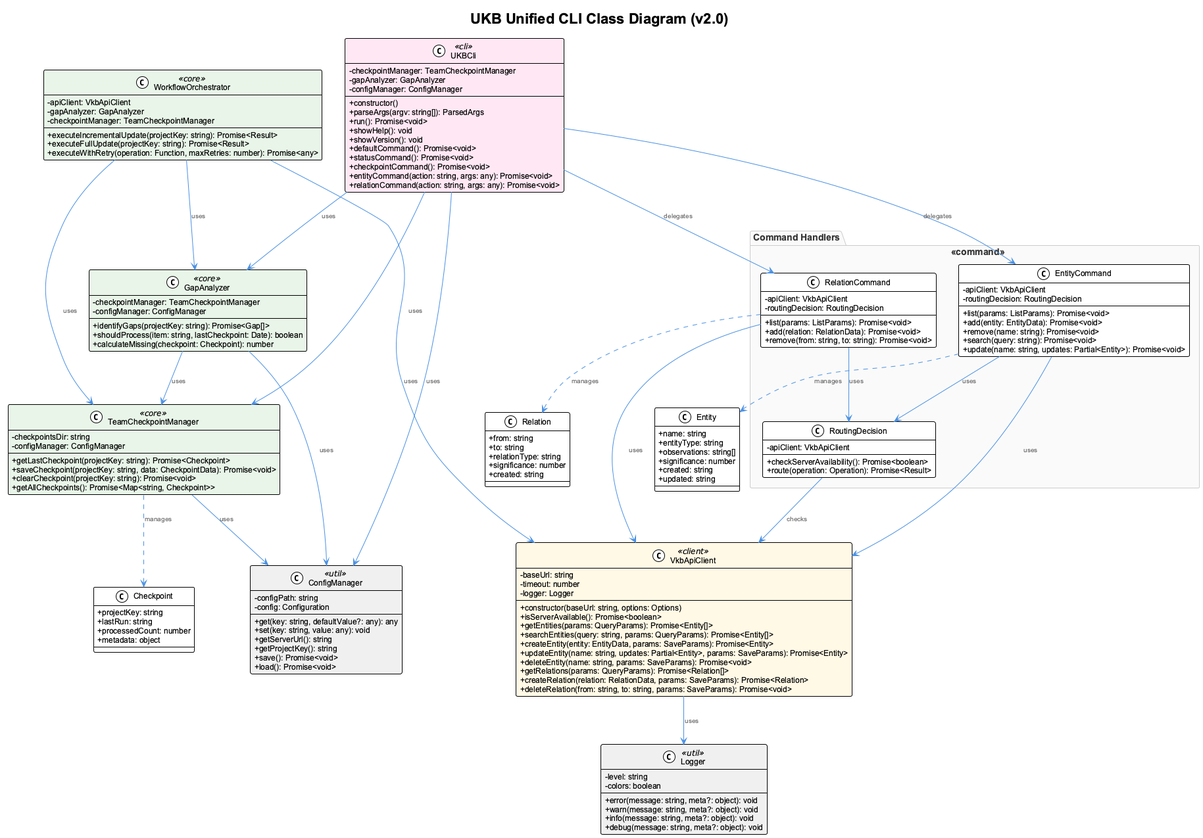
This is docs/images/ukb-cli-class-diagram.png from fwornle/coding, a PlantUML export, as it was before one commit. The source it was exported from:
```plantuml
@startuml ukb-cli-class-diagram
!include _standard-style.puml

title UKB Unified CLI Class Diagram (v2.0)

skinparam classAttributeIconSize 0
skinparam class {
  BackgroundColor<<cli>> #FFE8F4
  BackgroundColor<<command>> #E8F4FD
  BackgroundColor<<core>> #E8F5E8
  BackgroundColor<<client>> #FFF9E6
  BackgroundColor<<util>> #F0F0F0
}

class UKBCli <<cli>> {
  - checkpointManager: TeamCheckpointManager
  - gapAnalyzer: GapAnalyzer
  - configManager: ConfigManager
  --
  + constructor()
  + parseArgs(argv: string[]): ParsedArgs
  + run(): Promise<void>
  + showHelp(): void
  + showVersion(): void
  + defaultCommand(): Promise<void>
  + statusCommand(): Promise<void>
  + checkpointCommand(): Promise<void>
  + entityCommand(action: string, args: any): Promise<void>
  + relationCommand(action: string, args: any): Promise<void>
}

class VkbApiClient <<client>> {
  - baseUrl: string
  - timeout: number
  - logger: Logger
  --
  + constructor(baseUrl: string, options: Options)
  + isServerAvailable(): Promise<boolean>
  + getEntities(params: QueryParams): Promise<Entity[]>
  + searchEntities(query: string, params: QueryParams): Promise<Entity[]>
  + createEntity(entity: EntityData, params: SaveParams): Promise<Entity>
  + updateEntity(name: string, updates: Partial<Entity>, params: SaveParams): Promise<Entity>
  + deleteEntity(name: string, params: SaveParams): Promise<void>
  + getRelations(params: QueryParams): Promise<Relation[]>
  + createRelation(relation: RelationData, params: SaveParams): Promise<Relation>
  + deleteRelation(from: string, to: string, params: SaveParams): Promise<void>
}

class TeamCheckpointManager <<core>> {
  - checkpointsDir: string
  - configManager: ConfigManager
  --
  + getLastCheckpoint(projectKey: string): Promise<Checkpoint>
  + saveCheckpoint(projectKey: string, data: CheckpointData): Promise<void>
  + clearCheckpoint(projectKey: string): Promise<void>
  + getAllCheckpoints(): Promise<Map<string, Checkpoint>>
}

class GapAnalyzer <<core>> {
  - checkpointManager: TeamCheckpointManager
  - configManager: ConfigManager
  --
  + identifyGaps(projectKey: string): Promise<Gap[]>
  + shouldProcess(item: string, lastCheckpoint: Date): boolean
  + calculateMissing(checkpoint: Checkpoint): number
}

class WorkflowOrchestrator <<core>> {
  - apiClient: VkbApiClient
  - gapAnalyzer: GapAnalyzer
  - checkpointManager: TeamCheckpointManager
  --
  + executeIncrementalUpdate(projectKey: string): Promise<Result>
  + executeFullUpdate(projectKey: string): Promise<Result>
  + executeWithRetry(operation: Function, maxRetries: number): Promise<any>
}

class ConfigManager <<util>> {
  - configPath: string
  - config: Configuration
  --
  + get(key: string, defaultValue?: any): any
  + set(key: string, value: any): void
  + getServerUrl(): string
  + getProjectKey(): string
  + save(): Promise<void>
  + load(): Promise<void>
}

class Logger <<util>> {
  - level: string
  - colors: boolean
  --
  + error(message: string, meta?: object): void
  + warn(message: string, meta?: object): void
  + info(message: string, meta?: object): void
  + debug(message: string, meta?: object): void
}

package "Command Handlers" <<command>> {
  class EntityCommand {
    - apiClient: VkbApiClient
    - routingDecision: RoutingDecision
    --
    + list(params: ListParams): Promise<void>
    + add(entity: EntityData): Promise<void>
    + remove(name: string): Promise<void>
    + search(query: string): Promise<void>
    + update(name: string, updates: Partial<Entity>): Promise<void>
  }

  class RelationCommand {
    - apiClient: VkbApiClient
    - routingDecision: RoutingDecision
    --
    + list(params: ListParams): Promise<void>
    + add(relation: RelationData): Promise<void>
    + remove(from: string, to: string): Promise<void>
  }

  class RoutingDecision {
    - apiClient: VkbApiClient
    --
    + checkServerAvailability(): Promise<boolean>
    + route(operation: Operation): Promise<Result>
  }
}

class Entity {
  + name: string
  + entityType: string
  + observations: string[]
  + significance: number
  + created: string
  + updated: string
}

class Relation {
  + from: string
  + to: string
  + relationType: string
  + significance: number
  + created: string
}

class Checkpoint {
  + projectKey: string
  + lastRun: string
  + processedCount: number
  + metadata: object
}

UKBCli --> TeamCheckpointManager : uses
UKBCli --> GapAnalyzer : uses
UKBCli --> ConfigManager : uses
UKBCli --> EntityCommand : delegates
UKBCli --> RelationCommand : delegates

EntityCommand --> VkbApiClient : uses
EntityCommand --> RoutingDecision : uses
EntityCommand ..> Entity : manages

RelationCommand --> VkbApiClient : uses
RelationCommand --> RoutingDecision : uses
RelationCommand ..> Relation : manages

RoutingDecision --> VkbApiClient : checks

WorkflowOrchestrator --> VkbApiClient : uses
WorkflowOrchestrator --> GapAnalyzer : uses
WorkflowOrchestrator --> TeamCheckpointManager : uses

TeamCheckpointManager --> ConfigManager : uses
TeamCheckpointManager ..> Checkpoint : manages

GapAnalyzer --> TeamCheckpointManager : uses
GapAnalyzer --> ConfigManager : uses

VkbApiClient --> Logger : uses

@enduml
```
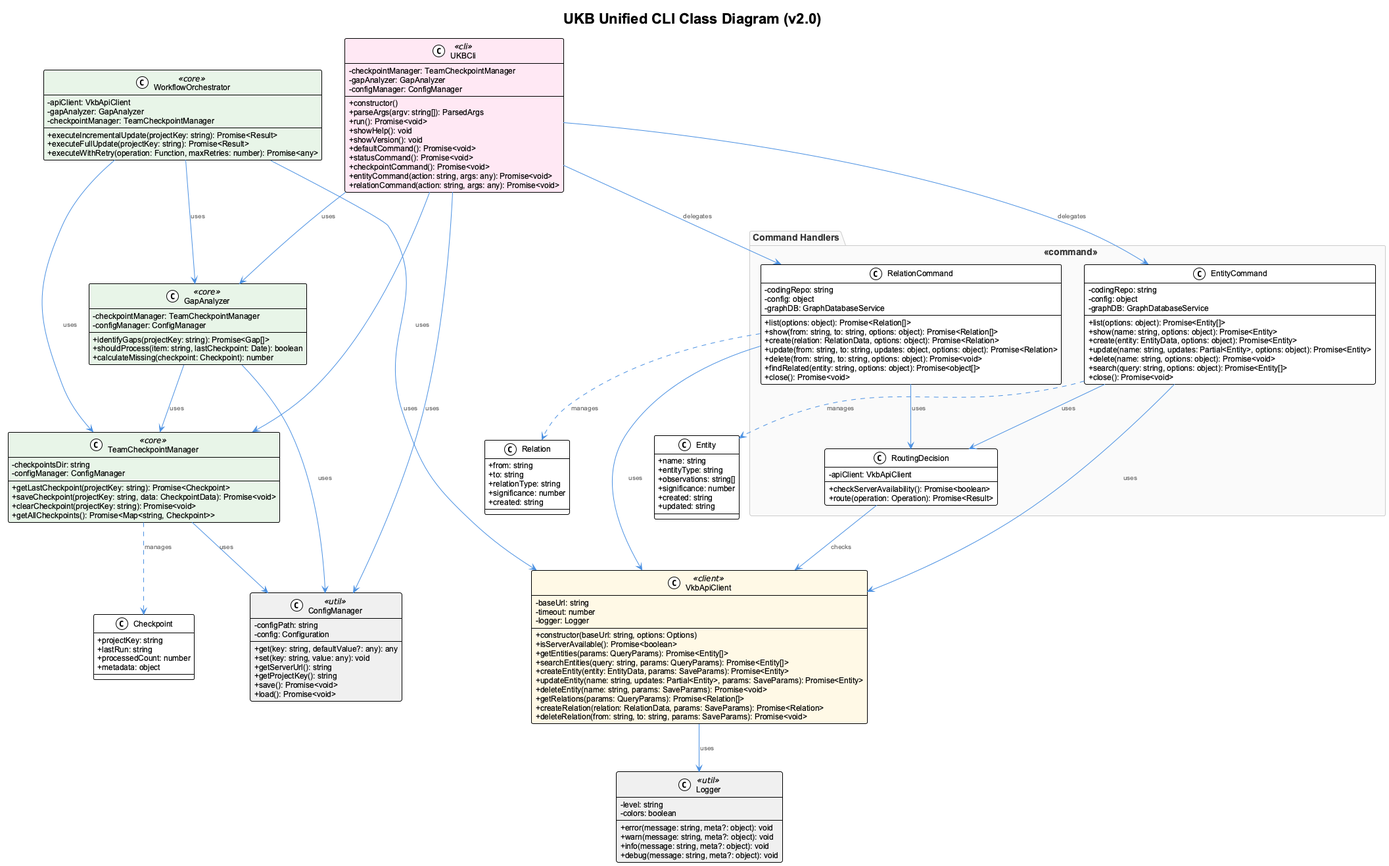
The same diagram one commit later.

What changed in the source:
```diff
@@ -99,23 +99,31 @@
 
 package "Command Handlers" <<command>> {
   class EntityCommand {
-    - apiClient: VkbApiClient
-    - routingDecision: RoutingDecision
+    - codingRepo: string
+    - config: object
+    - graphDB: GraphDatabaseService
     --
-    + list(params: ListParams): Promise<void>
-    + add(entity: EntityData): Promise<void>
-    + remove(name: string): Promise<void>
-    + search(query: string): Promise<void>
-    + update(name: string, updates: Partial<Entity>): Promise<void>
+    + list(options: object): Promise<Entity[]>
+    + show(name: string, options: object): Promise<Entity>
+    + create(entity: EntityData, options: object): Promise<Entity>
+    + update(name: string, updates: Partial<Entity>, options: object): Promise<Entity>
+    + delete(name: string, options: object): Promise<void>
+    + search(query: string, options: object): Promise<Entity[]>
+    + close(): Promise<void>
   }
 
   class RelationCommand {
-    - apiClient: VkbApiClient
-    - routingDecision: RoutingDecision
+    - codingRepo: string
+    - config: object
+    - graphDB: GraphDatabaseService
     --
-    + list(params: ListParams): Promise<void>
-    + add(relation: RelationData): Promise<void>
-    + remove(from: string, to: string): Promise<void>
+    + list(options: object): Promise<Relation[]>
+    + show(from: string, to: string, options: object): Promise<Relation[]>
+    + create(relation: RelationData, options: object): Promise<Relation>
+    + update(from: string, to: string, updates: object, options: object): Promise<Relation>
+    + delete(from: string, to: string, options: object): Promise<void>
+    + findRelated(entity: string, options: object): Promise<object[]>
+    + close(): Promise<void>
   }
 
   class RoutingDecision {
```
